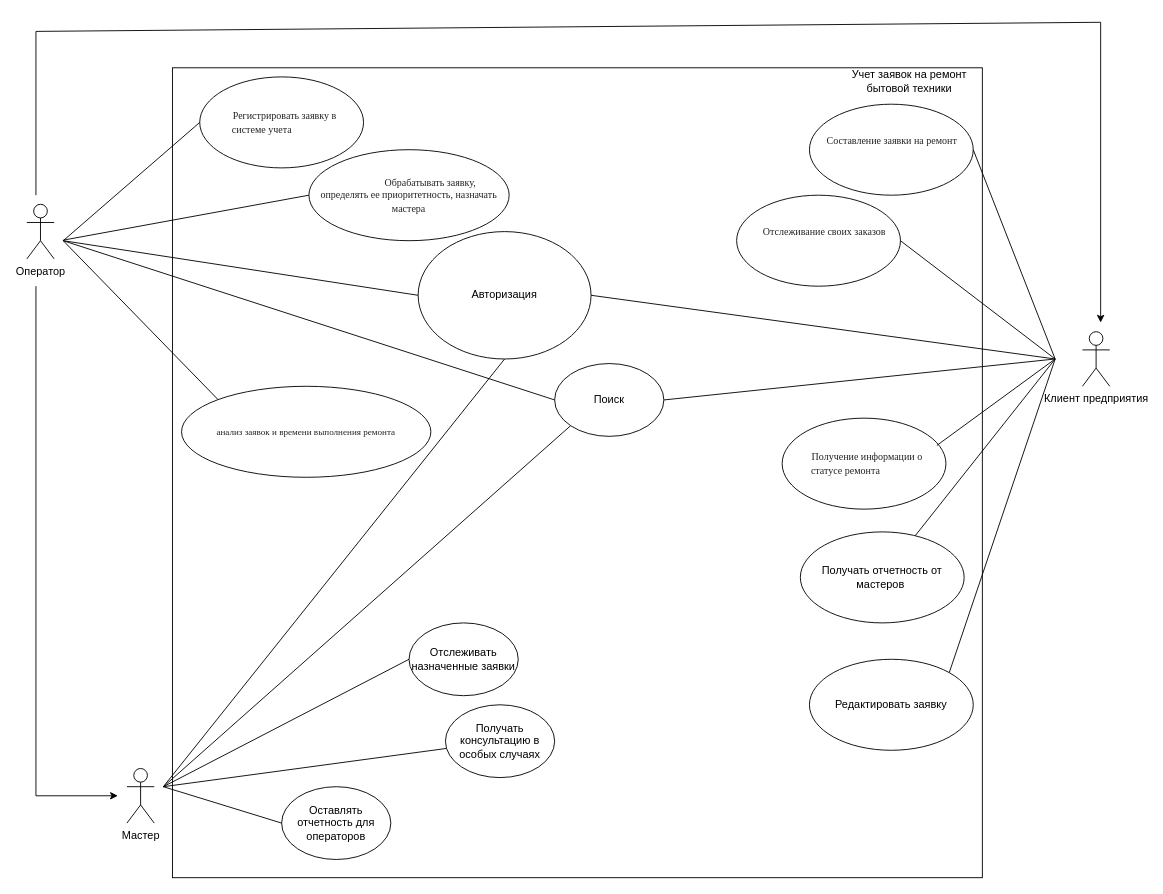
Earlier version of the draw.io diagram page "Страница — 1" (1 of 5) of Задание 2.drawio (ghgghgghgghgghg/tetris). Source tidied: cells renumbered, new cells numbered last; positions are measured from the earlier drawing's top-left corner, leaving out a move shared by most shapes. Both pictures are drawn from the tidied source at 91%, with x=0, y=0 at pixel (26, 22).
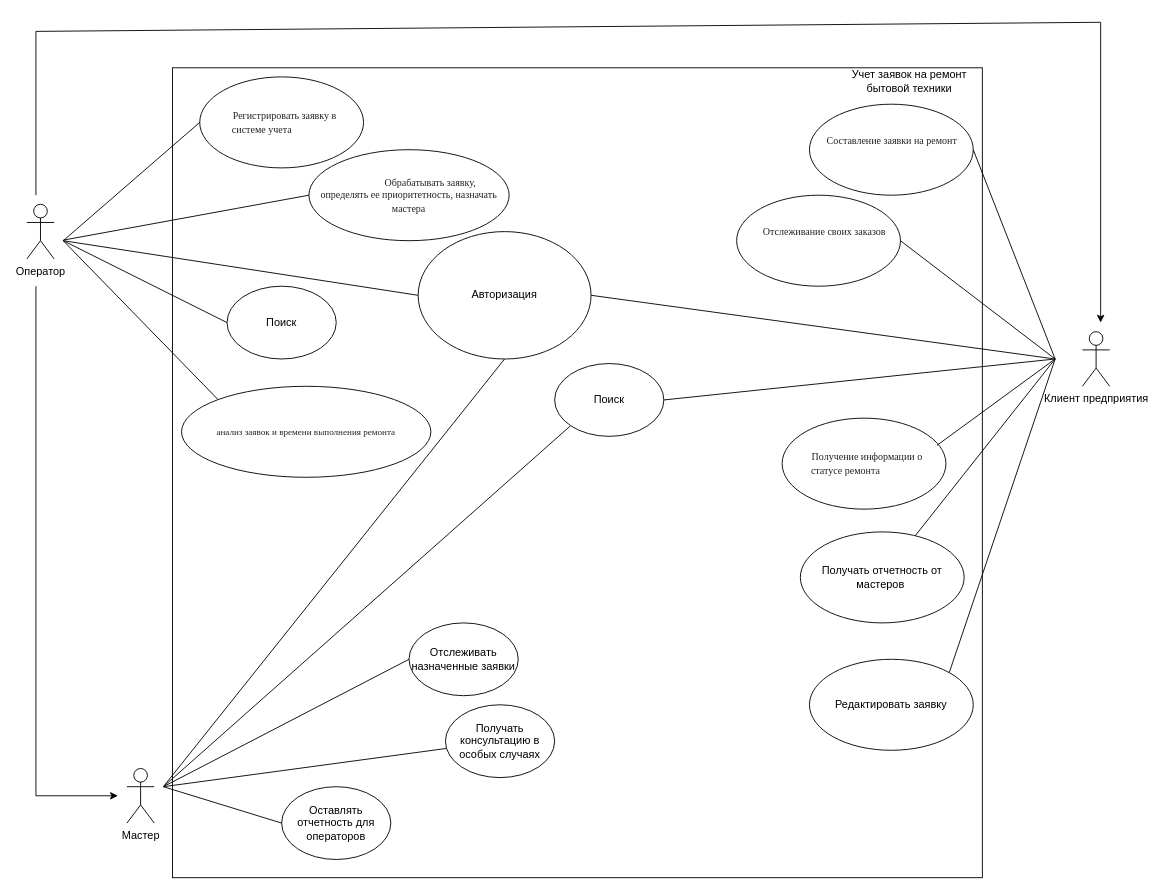
The same page after the edit.

Unchanged cells that the change refers to:
```xml
<mxCell id="43" value="Поиск" style="ellipse;whiteSpace=wrap;html=1;" parent="1" vertex="1">
  <mxGeometry x="580" y="375" width="120" height="80" as="geometry" />
</mxCell>
```

The edit, as a diff of the source:
```diff
@@
-    <mxCell id="42" style="rounded=0;jettySize=auto;html=1;exitX=0;exitY=0.5;exitDx=0;exitDy=0;endArrow=none;endFill=0;" parent="1" edge="1" source="43">
+    <mxCell id="42" style="rounded=0;jettySize=auto;html=1;endArrow=none;endFill=0;exitX=0;exitY=0.5;exitDx=0;exitDy=0;" parent="1" edge="1" source="44">
       <mxGeometry relative="1" as="geometry">
         <mxPoint x="40" y="240" as="targetPoint" />
       </mxGeometry>
     </mxCell>
@@
+    <mxCell id="44" value="Поиск" style="ellipse;whiteSpace=wrap;html=1;" parent="1" vertex="1">
+      <mxGeometry x="220" y="290" width="120" height="80" as="geometry" />
+    </mxCell>
```
